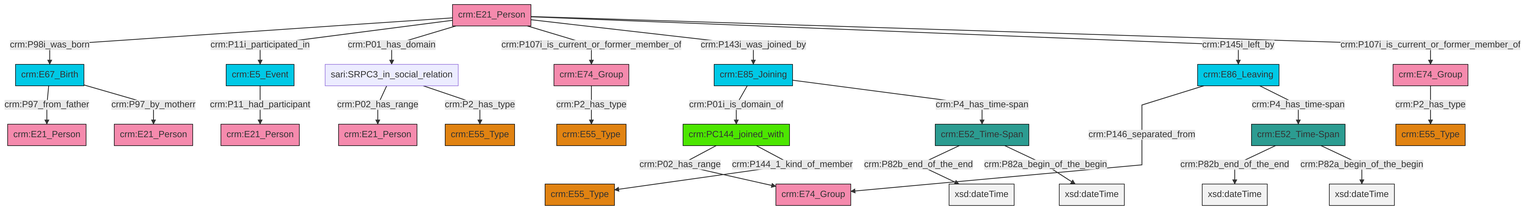
swiss-art-research-net/docs.swissartresearch keeps this Mermaid diagram as et/personCSV/ttl/mmd/png/Person_Actor_Relations.png. Above is the earlier version. Its source is kept beside it as et/personCSV/ttl/mmd/Person_Actor_Relations.ttl.mmd.
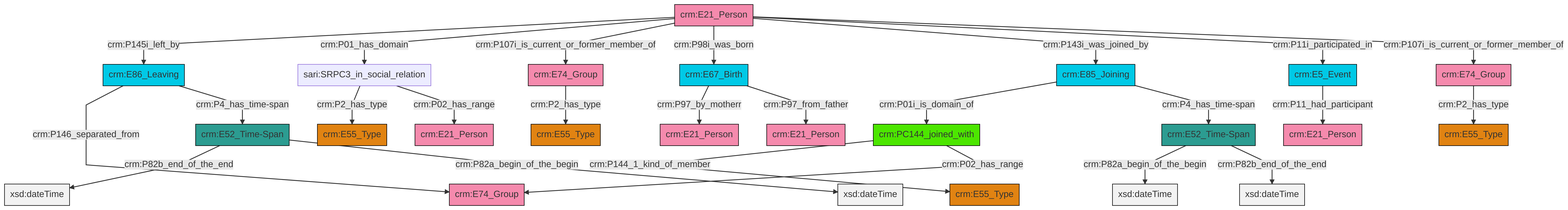
After the commit.

Change to the diagram source:
```diff
@@ -13,27 +13,27 @@
 classDef PC_Classes fill:#4ce600, stroke:#000000;
 classDef Multi fill:#cccccc,stroke:#000000;
 
-2["crm:E21_Person"]:::Actor -->|crm:P98i_was_born| 3["crm:E67_Birth"]:::Temporal_Entity
-4["crm:PC144_joined_with"]:::PC_Classes -->|crm:P02_has_range| 5["crm:E74_Group"]:::Actor
-6["sari:SRPC3_in_social_relation"]:::Default -->|crm:P02_has_range| 7["crm:E21_Person"]:::Actor
-10["crm:E5_Event"]:::Temporal_Entity -->|crm:P11_had_participant| 11["crm:E21_Person"]:::Actor
-2["crm:E21_Person"]:::Actor -->|crm:P11i_participated_in| 10["crm:E5_Event"]:::Temporal_Entity
-15["crm:E85_Joining"]:::Temporal_Entity -->|crm:P01i_is_domain_of| 4["crm:PC144_joined_with"]:::PC_Classes
-8["crm:E86_Leaving"]:::Temporal_Entity -->|crm:P146_separated_from| 5["crm:E74_Group"]:::Actor
-2["crm:E21_Person"]:::Actor -->|crm:P01_has_domain| 6["sari:SRPC3_in_social_relation"]:::Default
-16["crm:E74_Group"]:::Actor -->|crm:P2_has_type| 17["crm:E55_Type"]:::Type
-13["crm:E52_Time-Span"]:::Time-Span -->|crm:P82b_end_of_the_end| 18[xsd:dateTime]:::Literal
-3["crm:E67_Birth"]:::Temporal_Entity -->|crm:P97_from_father| 21["crm:E21_Person"]:::Actor
-22["crm:E52_Time-Span"]:::Time-Span -->|crm:P82b_end_of_the_end| 23[xsd:dateTime]:::Literal
-15["crm:E85_Joining"]:::Temporal_Entity -->|crm:P4_has_time-span| 22["crm:E52_Time-Span"]:::Time-Span
-4["crm:PC144_joined_with"]:::PC_Classes -->|crm:P144_1_kind_of_member| 28["crm:E55_Type"]:::Type
-3["crm:E67_Birth"]:::Temporal_Entity -->|crm:P97_by_motherr| 0["crm:E21_Person"]:::Actor
-2["crm:E21_Person"]:::Actor -->|crm:P107i_is_current_or_former_member_of| 26["crm:E74_Group"]:::Actor
-2["crm:E21_Person"]:::Actor -->|crm:P143i_was_joined_by| 15["crm:E85_Joining"]:::Temporal_Entity
-6["sari:SRPC3_in_social_relation"]:::Default -->|crm:P2_has_type| 19["crm:E55_Type"]:::Type
-2["crm:E21_Person"]:::Actor -->|crm:P145i_left_by| 8["crm:E86_Leaving"]:::Temporal_Entity
-26["crm:E74_Group"]:::Actor -->|crm:P2_has_type| 31["crm:E55_Type"]:::Type
-13["crm:E52_Time-Span"]:::Time-Span -->|crm:P82a_begin_of_the_begin| 38[xsd:dateTime]:::Literal
-2["crm:E21_Person"]:::Actor -->|crm:P107i_is_current_or_former_member_of| 16["crm:E74_Group"]:::Actor
-8["crm:E86_Leaving"]:::Temporal_Entity -->|crm:P4_has_time-span| 13["crm:E52_Time-Span"]:::Time-Span
-22["crm:E52_Time-Span"]:::Time-Span -->|crm:P82a_begin_of_the_begin| 43[xsd:dateTime]:::Literal
+0["crm:E21_Person"]:::Actor -->|crm:P145i_left_by| 2["crm:E86_Leaving"]:::Temporal_Entity
+7["crm:E67_Birth"]:::Temporal_Entity -->|crm:P97_by_motherr| 8["crm:E21_Person"]:::Actor
+0["crm:E21_Person"]:::Actor -->|crm:P01_has_domain| 9["sari:SRPC3_in_social_relation"]:::Default
+0["crm:E21_Person"]:::Actor -->|crm:P107i_is_current_or_former_member_of| 10["crm:E74_Group"]:::Actor
+18["crm:E74_Group"]:::Actor -->|crm:P2_has_type| 19["crm:E55_Type"]:::Type
+2["crm:E86_Leaving"]:::Temporal_Entity -->|crm:P146_separated_from| 20["crm:E74_Group"]:::Actor
+22["crm:E52_Time-Span"]:::Time-Span -->|crm:P82a_begin_of_the_begin| 24[xsd:dateTime]:::Literal
+25["crm:E85_Joining"]:::Temporal_Entity -->|crm:P01i_is_domain_of| 26["crm:PC144_joined_with"]:::PC_Classes
+11["crm:E5_Event"]:::Temporal_Entity -->|crm:P11_had_participant| 31["crm:E21_Person"]:::Actor
+9["sari:SRPC3_in_social_relation"]:::Default -->|crm:P2_has_type| 32["crm:E55_Type"]:::Type
+13["crm:E52_Time-Span"]:::Time-Span -->|crm:P82b_end_of_the_end| 35[xsd:dateTime]:::Literal
+26["crm:PC144_joined_with"]:::PC_Classes -->|crm:P144_1_kind_of_member| 15["crm:E55_Type"]:::Type
+0["crm:E21_Person"]:::Actor -->|crm:P98i_was_born| 7["crm:E67_Birth"]:::Temporal_Entity
+9["sari:SRPC3_in_social_relation"]:::Default -->|crm:P02_has_range| 5["crm:E21_Person"]:::Actor
+25["crm:E85_Joining"]:::Temporal_Entity -->|crm:P4_has_time-span| 22["crm:E52_Time-Span"]:::Time-Span
+2["crm:E86_Leaving"]:::Temporal_Entity -->|crm:P4_has_time-span| 13["crm:E52_Time-Span"]:::Time-Span
+0["crm:E21_Person"]:::Actor -->|crm:P143i_was_joined_by| 25["crm:E85_Joining"]:::Temporal_Entity
+0["crm:E21_Person"]:::Actor -->|crm:P11i_participated_in| 11["crm:E5_Event"]:::Temporal_Entity
+7["crm:E67_Birth"]:::Temporal_Entity -->|crm:P97_from_father| 28["crm:E21_Person"]:::Actor
+26["crm:PC144_joined_with"]:::PC_Classes -->|crm:P02_has_range| 20["crm:E74_Group"]:::Actor
+22["crm:E52_Time-Span"]:::Time-Span -->|crm:P82b_end_of_the_end| 41[xsd:dateTime]:::Literal
+0["crm:E21_Person"]:::Actor -->|crm:P107i_is_current_or_former_member_of| 18["crm:E74_Group"]:::Actor
+10["crm:E74_Group"]:::Actor -->|crm:P2_has_type| 3["crm:E55_Type"]:::Type
+13["crm:E52_Time-Span"]:::Time-Span -->|crm:P82a_begin_of_the_begin| 46[xsd:dateTime]:::Literal
```
